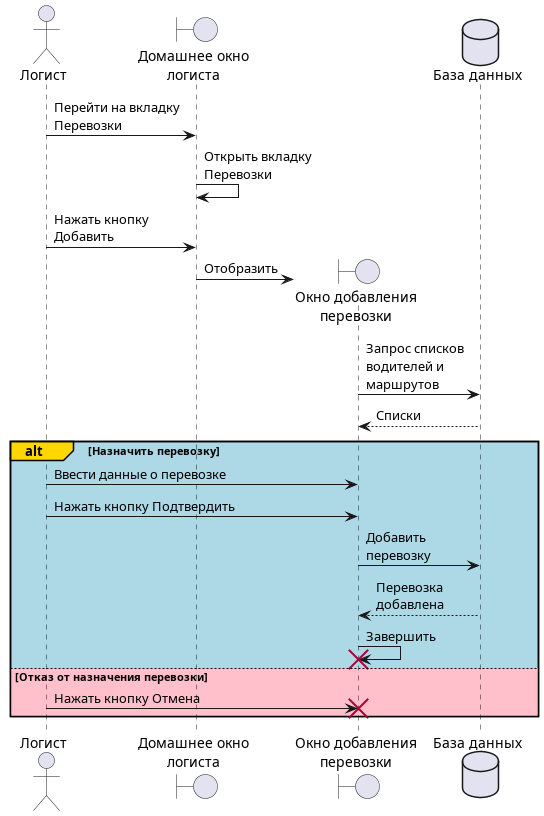
Earlier version of the PlantUML export sequence/add_transp_two_drivers.png (gur7en/kp4).
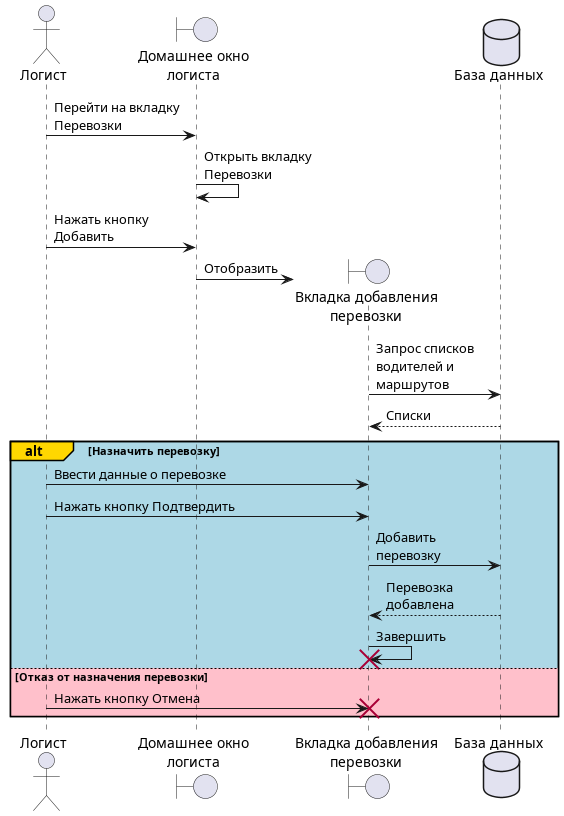
Above is the later version.

The edit, as a diff of the source:
```diff
@@ -2,24 +2,24 @@
 
 actor "Логист" as logist
 boundary "Домашнее окно\nлогиста" as w_home
-boundary "Окно добавления\nперевозки" as w_addtran
+boundary "Вкладка добавления\nперевозки" as t_addtran
 database "База данных" as db
 
 logist -> w_home : Перейти на вкладку\nПеревозки
 w_home -> w_home : Открыть вкладку\nПеревозки
 
 logist -> w_home : Нажать кнопку\nДобавить
-w_home -> w_addtran ** : Отобразить
-w_addtran -> db : Запрос списков\nводителей и\nмаршрутов
-w_addtran <-- db : Списки
+w_home -> t_addtran ** : Отобразить
+t_addtran -> db : Запрос списков\nводителей и\nмаршрутов
+t_addtran <-- db : Списки
 alt#Gold #LightBlue Назначить перевозку
-    logist -> w_addtran : Ввести данные о перевозке
-    logist -> w_addtran : Нажать кнопку Подтвердить
-    w_addtran -> db : Добавить\nперевозку
-    w_addtran <-- db : Перевозка\nдобавлена
-    w_addtran -> w_addtran !! : Завершить
+    logist -> t_addtran : Ввести данные о перевозке
+    logist -> t_addtran : Нажать кнопку Подтвердить
+    t_addtran -> db : Добавить\nперевозку
+    t_addtran <-- db : Перевозка\nдобавлена
+    t_addtran -> t_addtran !! : Завершить
 else #Pink Отказ от назначения перевозки
-    logist -> w_addtran !! : Нажать кнопку Отмена
+    logist -> t_addtran !! : Нажать кнопку Отмена
 end
 
 @enduml
```
